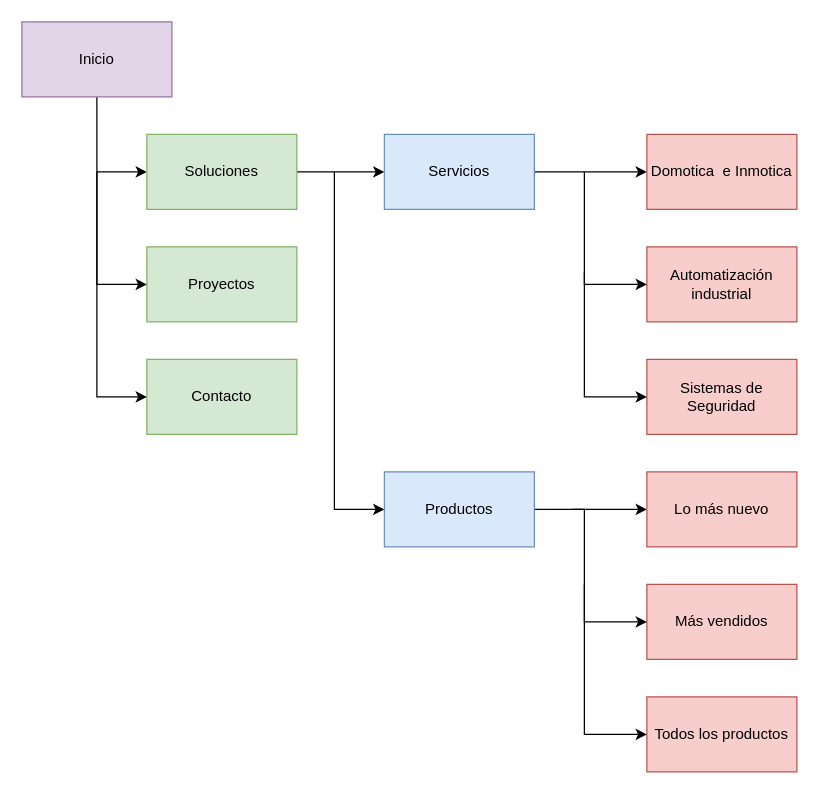
This is T1/Domo Systems co/Mapa_nav.drawio from ViceentBertet/DAW2, a draw.io file, before an edit. Source tidied: cells renumbered, new cells numbered last; positions are measured from the earlier drawing's top-left corner, leaving out a move shared by most shapes. Both pictures are drawn from the tidied source at 125%, with x=0, y=0 at pixel (21, 21).
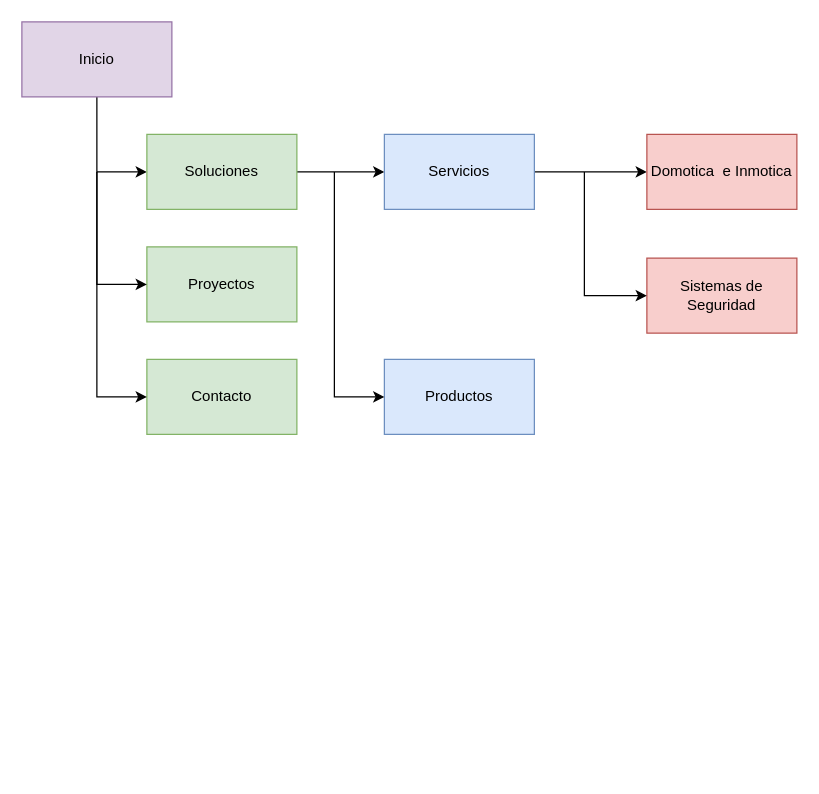
After the change.

The change refers to these unchanged cells:
```xml
<mxCell id="21" value="Proyectos" style="rounded=0;whiteSpace=wrap;html=1;fillColor=#d5e8d4;strokeColor=#82b366;" parent="1" vertex="1">
  <mxGeometry x="100" y="180" width="120" height="60" as="geometry" />
</mxCell>
<mxCell id="22" value="Contacto" style="rounded=0;whiteSpace=wrap;html=1;fillColor=#d5e8d4;strokeColor=#82b366;" parent="1" vertex="1">
  <mxGeometry x="100" y="270" width="120" height="60" as="geometry" />
</mxCell>
```

Diff of the diagram source:
```diff
@@
-    <mxCell id="8" style="edgeStyle=orthogonalEdgeStyle;rounded=0;jettySize=auto;html=1;exitX=1;exitY=0.5;exitDx=0;exitDy=0;entryX=0;entryY=0.5;entryDx=0;entryDy=0;" parent="1" edge="1" source="9" target="16">
-      <mxGeometry relative="1" as="geometry" />
-    </mxCell>
     <mxCell id="9" value="Productos" style="rounded=0;whiteSpace=wrap;html=1;fillColor=#dae8fc;strokeColor=#6c8ebf;" parent="1" vertex="1">
-      <mxGeometry x="290" y="360" width="120" height="60" as="geometry" />
+      <mxGeometry x="290" y="270" width="120" height="60" as="geometry" />
     </mxCell>
-    <mxCell id="10" style="edgeStyle=orthogonalEdgeStyle;rounded=0;jettySize=auto;html=1;entryX=0;entryY=0.5;entryDx=0;entryDy=0;" parent="1" edge="1" target="9">
-      <mxGeometry relative="1" as="geometry">
-        <mxPoint x="250" y="120" as="sourcePoint" />
-        <Array as="points">
-          <mxPoint x="250" y="200" />
-          <mxPoint x="250" y="510" />
-        </Array>
-      </mxGeometry>
-    </mxCell>
+    <mxCell id="25" style="edgeStyle=orthogonalEdgeStyle;rounded=0;jettySize=auto;html=1;entryX=0;entryY=0.5;entryDx=0;entryDy=0;" parent="1" edge="1" target="9">
+      <mxGeometry relative="1" as="geometry">
+        <mxPoint x="250" y="120" as="sourcePoint" />
+        <Array as="points">
+          <mxPoint x="250" y="200" />
+          <mxPoint x="250" y="510" />
+        </Array>
+      </mxGeometry>
+    </mxCell>
@@
-    <mxCell id="12" value="Automatización industrial" style="rounded=0;whiteSpace=wrap;html=1;fillColor=#f8cecc;strokeColor=#b85450;" parent="1" vertex="1">
-      <mxGeometry x="500" y="180" width="120" height="60" as="geometry" />
-    </mxCell>
-    <mxCell id="13" style="edgeStyle=orthogonalEdgeStyle;rounded=0;jettySize=auto;html=1;entryX=0;entryY=0.5;entryDx=0;entryDy=0;" parent="1" edge="1" target="12">
-      <mxGeometry relative="1" as="geometry">
-        <mxPoint x="450" y="120" as="sourcePoint" />
-        <Array as="points">
-          <mxPoint x="450" y="210" />
-        </Array>
-      </mxGeometry>
-    </mxCell>
     <mxCell id="14" value="Sistemas de Seguridad" style="rounded=0;whiteSpace=wrap;html=1;fillColor=#f8cecc;strokeColor=#b85450;" parent="1" vertex="1">
-      <mxGeometry x="500" y="270" width="120" height="60" as="geometry" />
+      <mxGeometry x="500" y="189" width="120" height="60" as="geometry" />
     </mxCell>
-    <mxCell id="15" style="edgeStyle=orthogonalEdgeStyle;rounded=0;jettySize=auto;html=1;entryX=0;entryY=0.5;entryDx=0;entryDy=0;" parent="1" edge="1" target="14">
-      <mxGeometry relative="1" as="geometry">
-        <mxPoint x="450" y="200" as="sourcePoint" />
-        <Array as="points">
-          <mxPoint x="450" y="300" />
-        </Array>
-      </mxGeometry>
-    </mxCell>
-    <mxCell id="16" value="Lo más nuevo" style="rounded=0;whiteSpace=wrap;html=1;fillColor=#f8cecc;strokeColor=#b85450;" parent="1" vertex="1">
-      <mxGeometry x="500" y="360" width="120" height="60" as="geometry" />
-    </mxCell>
-    <mxCell id="17" value="Más vendidos" style="rounded=0;whiteSpace=wrap;html=1;fillColor=#f8cecc;strokeColor=#b85450;" parent="1" vertex="1">
-      <mxGeometry x="500" y="450" width="120" height="60" as="geometry" />
-    </mxCell>
-    <mxCell id="18" value="Todos los productos" style="rounded=0;whiteSpace=wrap;html=1;fillColor=#f8cecc;strokeColor=#b85450;" parent="1" vertex="1">
-      <mxGeometry x="500" y="540" width="120" height="60" as="geometry" />
-    </mxCell>
-    <mxCell id="19" style="edgeStyle=orthogonalEdgeStyle;rounded=0;jettySize=auto;html=1;entryX=0;entryY=0.5;entryDx=0;entryDy=0;" parent="1" edge="1" target="18">
-      <mxGeometry relative="1" as="geometry">
-        <mxPoint x="450" y="450" as="sourcePoint" />
-        <Array as="points">
-          <mxPoint x="450" y="480" />
-          <mxPoint x="450" y="570" />
-        </Array>
-      </mxGeometry>
-    </mxCell>
-    <mxCell id="20" style="edgeStyle=orthogonalEdgeStyle;rounded=0;jettySize=auto;html=1;entryX=0;entryY=0.5;entryDx=0;entryDy=0;" parent="1" edge="1" target="17">
-      <mxGeometry relative="1" as="geometry">
-        <mxPoint x="440" y="390" as="sourcePoint" />
-        <Array as="points">
-          <mxPoint x="450" y="390" />
-          <mxPoint x="450" y="480" />
-        </Array>
-      </mxGeometry>
-    </mxCell>
+    <mxCell id="26" style="edgeStyle=orthogonalEdgeStyle;rounded=0;jettySize=auto;html=1;entryX=0;entryY=0.5;entryDx=0;entryDy=0;" parent="1" edge="1" target="14">
+      <mxGeometry relative="1" as="geometry">
+        <mxPoint x="450" y="120" as="sourcePoint" />
+        <Array as="points">
+          <mxPoint x="450" y="219" />
+        </Array>
+      </mxGeometry>
+    </mxCell>
@@
-    <mxCell id="23" style="edgeStyle=orthogonalEdgeStyle;rounded=0;jettySize=auto;html=1;entryX=0;entryY=0.5;entryDx=0;entryDy=0;" parent="1" edge="1" target="21">
-      <mxGeometry relative="1" as="geometry">
-        <mxPoint x="60" y="120" as="sourcePoint" />
-        <Array as="points">
-          <mxPoint x="60" y="210" />
-        </Array>
-      </mxGeometry>
-    </mxCell>
-    <mxCell id="24" style="edgeStyle=orthogonalEdgeStyle;rounded=0;jettySize=auto;html=1;entryX=0;entryY=0.5;entryDx=0;entryDy=0;" parent="1" edge="1" target="22">
-      <mxGeometry relative="1" as="geometry">
-        <mxPoint x="60" y="120" as="sourcePoint" />
-        <Array as="points">
-          <mxPoint x="60" y="300" />
-        </Array>
-      </mxGeometry>
-    </mxCell>
+    <mxCell id="27" style="edgeStyle=orthogonalEdgeStyle;rounded=0;jettySize=auto;html=1;entryX=0;entryY=0.5;entryDx=0;entryDy=0;" parent="1" edge="1" target="21">
+      <mxGeometry relative="1" as="geometry">
+        <mxPoint x="60" y="120" as="sourcePoint" />
+        <Array as="points">
+          <mxPoint x="60" y="210" />
+        </Array>
+      </mxGeometry>
+    </mxCell>
+    <mxCell id="28" style="edgeStyle=orthogonalEdgeStyle;rounded=0;jettySize=auto;html=1;entryX=0;entryY=0.5;entryDx=0;entryDy=0;" parent="1" edge="1" target="22">
+      <mxGeometry relative="1" as="geometry">
+        <mxPoint x="60" y="120" as="sourcePoint" />
+        <Array as="points">
+          <mxPoint x="60" y="300" />
+        </Array>
+      </mxGeometry>
+    </mxCell>
```
